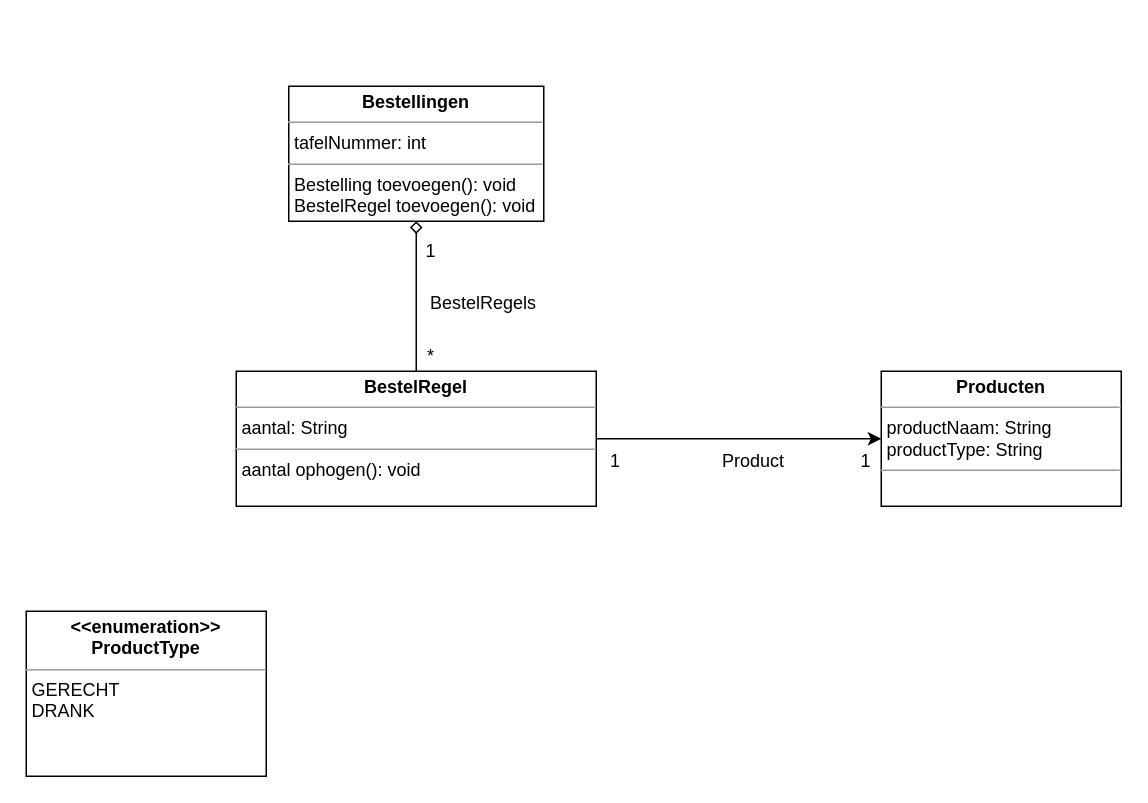
Armaniimus/ARE_Galaxy-burger keeps this draw.io diagram as documentatie/klasse diagram/klasse diagram.drawio. Above is the earlier version. Source tidied: cells renumbered, new cells numbered last; positions are measured from the earlier drawing's top-left corner, leaving out a move shared by most shapes. Both pictures are drawn from the tidied source at 150%, with x=0, y=0 at pixel (26, 86).
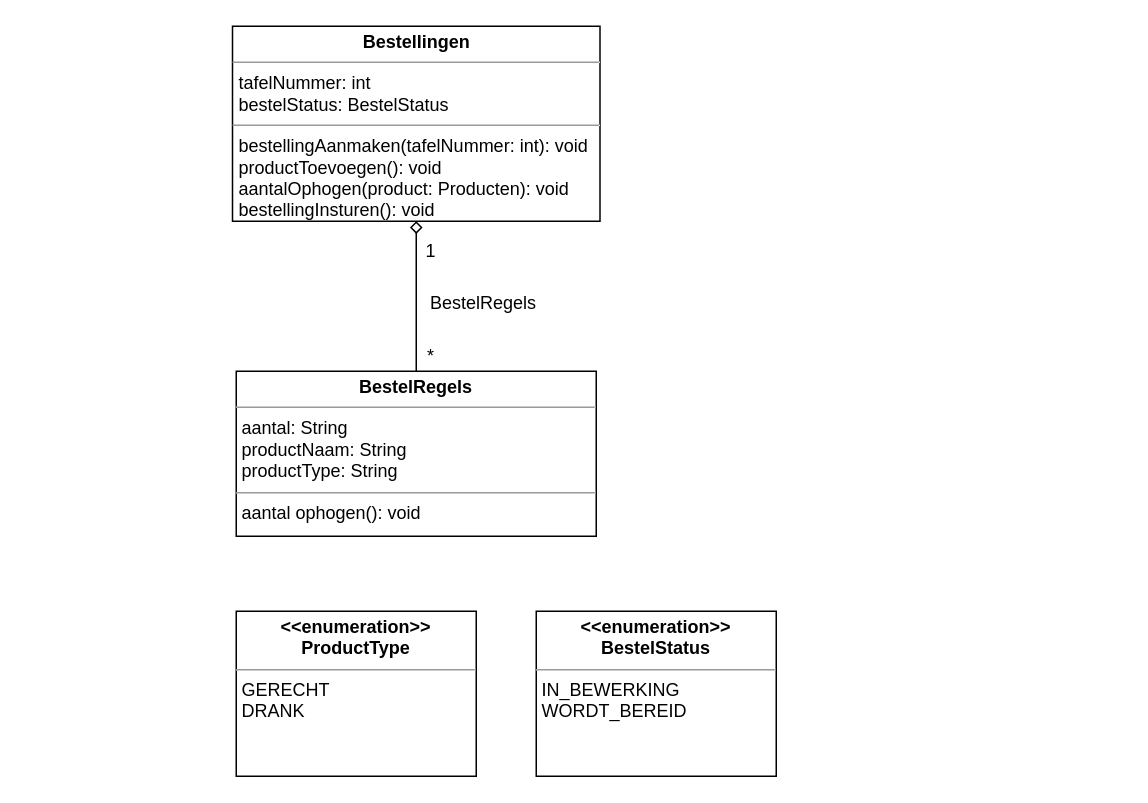
The same page after the edit.

Commit message (it also covers changes not shown here):
lifeCycles geupdate bijbehorend bij het klasse diagram

Change to the diagram source:
```diff
@@
 <mxGraphModel>
   <root>
     <mxCell id="0" />
     <mxCell id="1" parent="0" />
     <mxCell id="2" style="edgeStyle=orthogonalEdgeStyle;rounded=0;jettySize=auto;html=1;exitX=0.5;exitY=0;exitDx=0;exitDy=0;entryX=0.5;entryY=1;entryDx=0;entryDy=0;endArrow=diamond;endFill=0;" parent="1" edge="1" source="5" target="3">
       <mxGeometry relative="1" as="geometry" />
     </mxCell>
-    <mxCell id="3" value="&lt;p style=&quot;margin: 0px ; margin-top: 4px ; text-align: center&quot;&gt;&lt;b&gt;Bestellingen&lt;/b&gt;&lt;/p&gt;&lt;hr size=&quot;1&quot;&gt;&lt;p style=&quot;margin: 0px ; margin-left: 4px&quot;&gt;tafelNummer: int&lt;/p&gt;&lt;hr size=&quot;1&quot;&gt;&lt;p style=&quot;margin: 0px ; margin-left: 4px&quot;&gt;Bestelling toevoegen(): void&lt;/p&gt;&lt;p style=&quot;margin: 0px ; margin-left: 4px&quot;&gt;BestelRegel toevoegen(): void&lt;br&gt;&lt;/p&gt;" style="verticalAlign=top;align=left;overflow=fill;fontSize=12;fontFamily=Helvetica;html=1;" parent="1" vertex="1">
-      <mxGeometry x="175" width="170" height="90" as="geometry" />
+    <mxCell id="3" value="&lt;p style=&quot;margin: 0px ; margin-top: 4px ; text-align: center&quot;&gt;&lt;b&gt;Bestellingen&lt;/b&gt;&lt;/p&gt;&lt;hr size=&quot;1&quot;&gt;&lt;p style=&quot;margin: 0px ; margin-left: 4px&quot;&gt;tafelNummer: int&lt;/p&gt;&lt;p style=&quot;margin: 0px ; margin-left: 4px&quot;&gt;bestelStatus: BestelStatus&lt;/p&gt;&lt;hr size=&quot;1&quot;&gt;&lt;p style=&quot;margin: 0px ; margin-left: 4px&quot;&gt;bestellingAanmaken(tafelNummer: int): void&lt;/p&gt;&lt;p style=&quot;margin: 0px ; margin-left: 4px&quot;&gt;productToevoegen(): void&lt;br&gt;&lt;/p&gt;&lt;p style=&quot;margin: 0px ; margin-left: 4px&quot;&gt;aantalOphogen(product: Producten): void&lt;br&gt;bestellingInsturen(): void&lt;/p&gt;" style="verticalAlign=top;align=left;overflow=fill;fontSize=12;fontFamily=Helvetica;html=1;" parent="1" vertex="1">
+      <mxGeometry x="137.5" y="-40" width="245" height="130" as="geometry" />
     </mxCell>
-    <mxCell id="4" style="edgeStyle=orthogonalEdgeStyle;rounded=0;jettySize=auto;html=1;exitX=1;exitY=0.5;exitDx=0;exitDy=0;entryX=0;entryY=0.5;entryDx=0;entryDy=0;" parent="1" edge="1" source="5" target="6">
-      <mxGeometry relative="1" as="geometry" />
-    </mxCell>
-    <mxCell id="5" value="&lt;p style=&quot;margin: 0px ; margin-top: 4px ; text-align: center&quot;&gt;&lt;b&gt;BestelRegel&lt;/b&gt;&lt;/p&gt;&lt;hr size=&quot;1&quot;&gt;&lt;p style=&quot;margin: 0px ; margin-left: 4px&quot;&gt;aantal: String&lt;/p&gt;&lt;hr size=&quot;1&quot;&gt;&lt;p style=&quot;margin: 0px ; margin-left: 4px&quot;&gt;aantal ophogen(): void&lt;/p&gt;" style="verticalAlign=top;align=left;overflow=fill;fontSize=12;fontFamily=Helvetica;html=1;" parent="1" vertex="1">
-      <mxGeometry x="140" y="190" width="240" height="90" as="geometry" />
+    <mxCell id="5" value="&lt;p style=&quot;margin: 0px ; margin-top: 4px ; text-align: center&quot;&gt;&lt;b&gt;BestelRegels&lt;/b&gt;&lt;/p&gt;&lt;hr size=&quot;1&quot;&gt;&lt;p style=&quot;margin: 0px ; margin-left: 4px&quot;&gt;aantal: String&lt;/p&gt;&lt;p style=&quot;margin: 0px ; margin-left: 4px&quot;&gt;productNaam: String&lt;br&gt;&lt;/p&gt;&lt;p style=&quot;margin: 0px ; margin-left: 4px&quot;&gt;productType: String&lt;br&gt;&lt;/p&gt;&lt;hr size=&quot;1&quot;&gt;&lt;p style=&quot;margin: 0px ; margin-left: 4px&quot;&gt;aantal ophogen(): void&lt;/p&gt;" style="verticalAlign=top;align=left;overflow=fill;fontSize=12;fontFamily=Helvetica;html=1;" parent="1" vertex="1">
+      <mxGeometry x="140" y="190" width="240" height="110" as="geometry" />
     </mxCell>
-    <mxCell id="6" value="&lt;p style=&quot;margin: 0px ; margin-top: 4px ; text-align: center&quot;&gt;&lt;b&gt;Producten&lt;/b&gt;&lt;/p&gt;&lt;hr size=&quot;1&quot;&gt;&lt;p style=&quot;margin: 0px ; margin-left: 4px&quot;&gt;productNaam: String&lt;/p&gt;&lt;p style=&quot;margin: 0px ; margin-left: 4px&quot;&gt;productType: String&lt;/p&gt;&lt;hr size=&quot;1&quot;&gt;&lt;p style=&quot;margin: 0px ; margin-left: 4px&quot;&gt;&lt;br&gt;&lt;/p&gt;" style="verticalAlign=top;align=left;overflow=fill;fontSize=12;fontFamily=Helvetica;html=1;" parent="1" vertex="1">
-      <mxGeometry x="570" y="190" width="160" height="90" as="geometry" />
-    </mxCell>
     <mxCell id="7" value="&lt;p style=&quot;margin: 0px ; margin-top: 4px ; text-align: center&quot;&gt;&lt;b&gt;&amp;lt;&amp;lt;enumeration&amp;gt;&amp;gt;&lt;br&gt;ProductType&lt;/b&gt;&lt;/p&gt;&lt;hr size=&quot;1&quot;&gt;&lt;p style=&quot;margin: 0px ; margin-left: 4px&quot;&gt;GERECHT&lt;/p&gt;&lt;p style=&quot;margin: 0px ; margin-left: 4px&quot;&gt;&lt;/p&gt;&lt;p style=&quot;margin: 0px ; margin-left: 4px&quot;&gt;DRANK&lt;/p&gt;" style="verticalAlign=top;align=left;overflow=fill;fontSize=12;fontFamily=Helvetica;html=1;" parent="1" vertex="1">
-      <mxGeometry y="350" width="160" height="110" as="geometry" />
+      <mxGeometry x="140" y="350" width="160" height="110" as="geometry" />
     </mxCell>
     <mxCell id="8" value="1" style="text;html=1;strokeColor=none;fillColor=none;align=center;verticalAlign=middle;whiteSpace=wrap;rounded=0;" parent="1" vertex="1">
       <mxGeometry x="260" y="100" width="20" height="20" as="geometry" />
     </mxCell>
     <mxCell id="9" value="*" style="text;html=1;strokeColor=none;fillColor=none;align=center;verticalAlign=middle;whiteSpace=wrap;rounded=0;" parent="1" vertex="1">
       <mxGeometry x="260" y="170" width="20" height="20" as="geometry" />
     </mxCell>
-    <mxCell id="10" value="1" style="text;html=1;strokeColor=none;fillColor=none;align=center;verticalAlign=middle;whiteSpace=wrap;rounded=0;" parent="1" vertex="1">
-      <mxGeometry x="550" y="240" width="20" height="20" as="geometry" />
-    </mxCell>
-    <mxCell id="11" value="1" style="text;html=1;strokeColor=none;fillColor=none;align=center;verticalAlign=middle;whiteSpace=wrap;rounded=0;" parent="1" vertex="1">
-      <mxGeometry x="382.5" y="240" width="20" height="20" as="geometry" />
-    </mxCell>
     <mxCell id="12" value="BestelRegels" style="text;html=1;strokeColor=none;fillColor=none;align=center;verticalAlign=middle;whiteSpace=wrap;rounded=0;" parent="1" vertex="1">
       <mxGeometry x="260" y="130" width="90" height="30" as="geometry" />
     </mxCell>
-    <mxCell id="13" value="Product" style="text;html=1;strokeColor=none;fillColor=none;align=center;verticalAlign=middle;whiteSpace=wrap;rounded=0;" parent="1" vertex="1">
-      <mxGeometry x="460" y="235" width="50" height="30" as="geometry" />
-    </mxCell>
+    <mxCell id="14" value="&lt;p style=&quot;margin: 0px ; margin-top: 4px ; text-align: center&quot;&gt;&lt;b&gt;&amp;lt;&amp;lt;enumeration&amp;gt;&amp;gt;&lt;br&gt;BestelStatus&lt;/b&gt;&lt;/p&gt;&lt;hr size=&quot;1&quot;&gt;&lt;p style=&quot;margin: 0px ; margin-left: 4px&quot;&gt;IN_BEWERKING&lt;/p&gt;&lt;p style=&quot;margin: 0px ; margin-left: 4px&quot;&gt;&lt;/p&gt;&lt;p style=&quot;margin: 0px ; margin-left: 4px&quot;&gt;WORDT_BEREID&lt;/p&gt;" style="verticalAlign=top;align=left;overflow=fill;fontSize=12;fontFamily=Helvetica;html=1;" parent="1" vertex="1">
+      <mxGeometry x="340" y="350" width="160" height="110" as="geometry" />
+    </mxCell>
   </root>
 </mxGraphModel>
```
